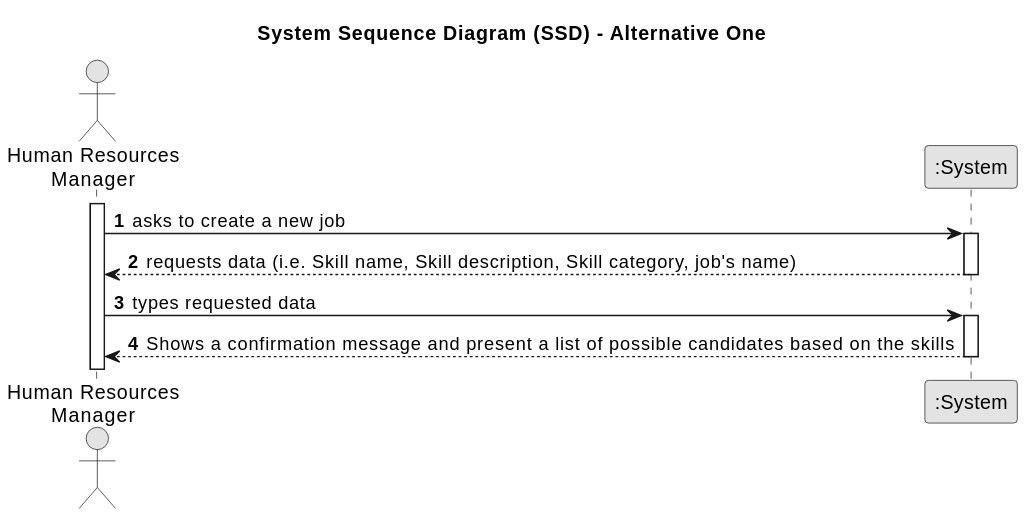
This is docs/sprintA/us002/01.requirements-engineering/svg/us002-system-sequence-diagram-alternative-one.svg from Departamento-de-Engenharia-Informatica/lei-24-s2-1dl-g121, a PlantUML export, as it was before one commit.
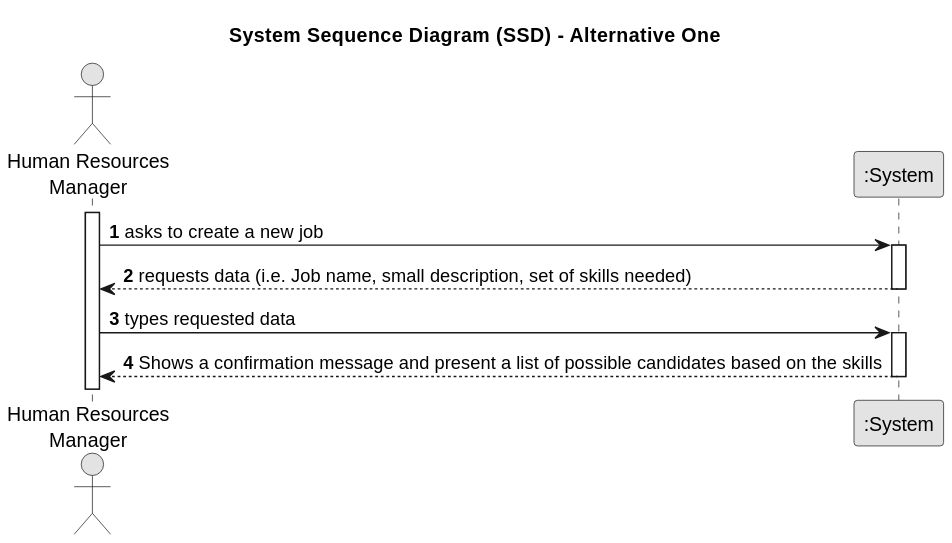
After the commit.

The edit, as a diff of the source:
```diff
@@ -15,7 +15,7 @@
     Employee -> System : asks to create a new job
     activate System
 
-        System --> Employee : requests data (i.e. Skill name, Skill description, Skill category, job's name)
+        System --> Employee : requests data (i.e. Job name, small description, set of skills needed)
     deactivate System
 
     Employee -> System : types requested data
```
